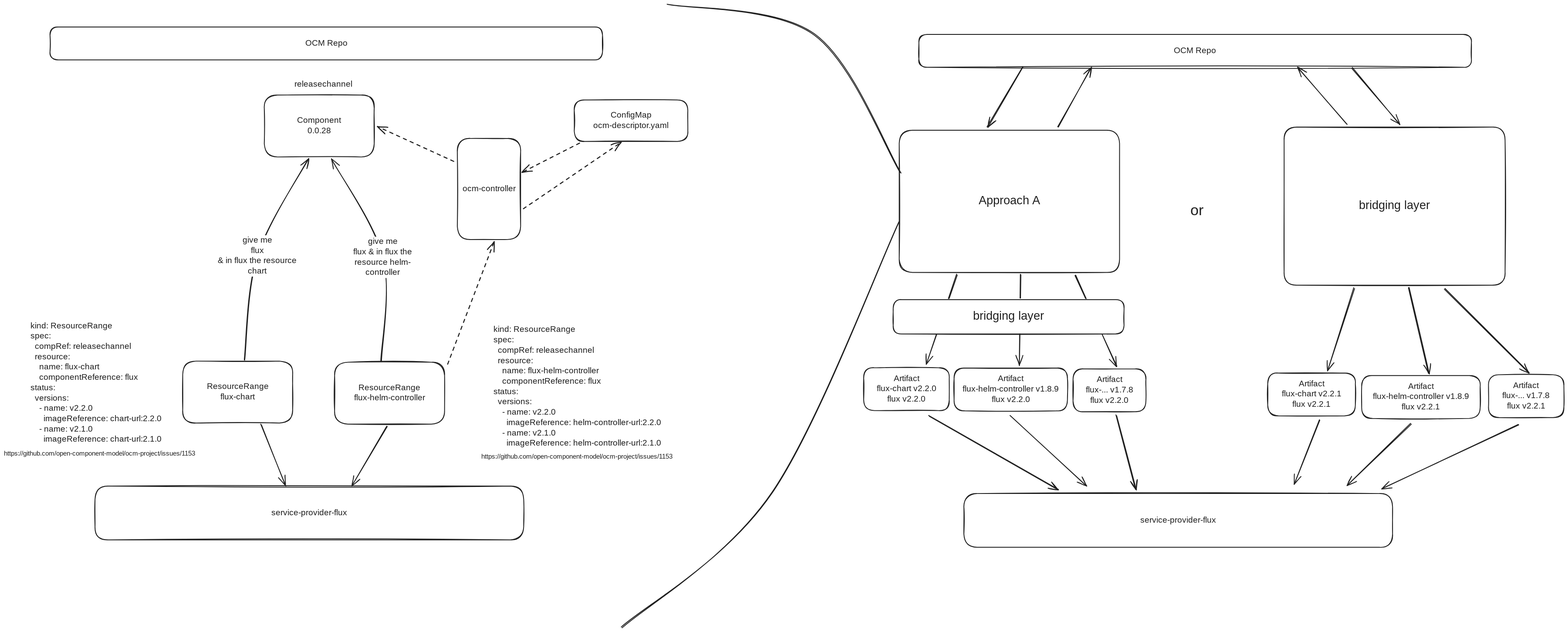
The Excalidraw diagram adrs/2026-06-08-discoverable-components.excalidraw.svg in openmcp-project/docs, before a commit. Source tidied: one line per element, renumbered; positions are measured from the earlier drawing's top-left corner, leaving out a move shared by most shapes.
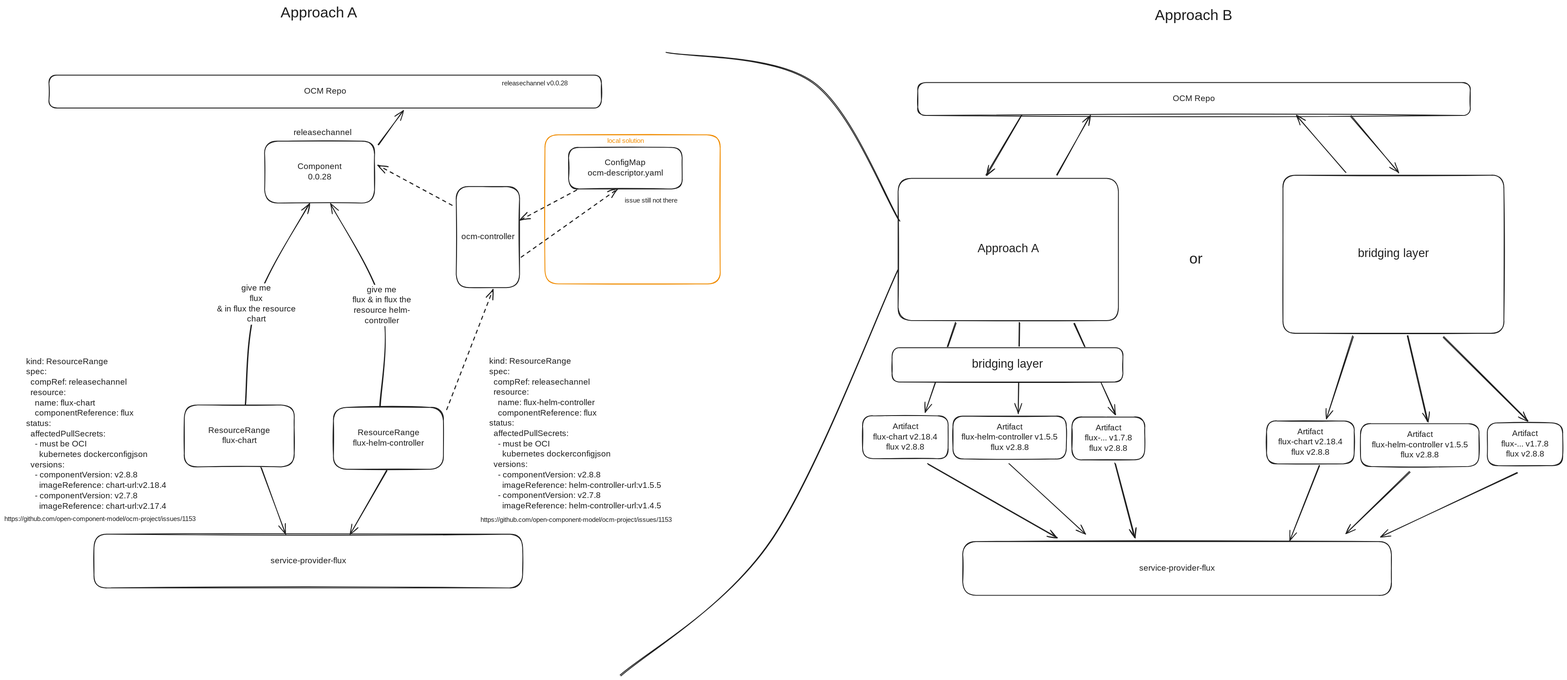
The same diagram one commit later.

Commit message:
fix: diagram not reflects written adr

The edit, as a diff of the source:
```diff
@@ -2,14 +2,14 @@
 {"id": 1, "type": "text", "text": "service-provider-flux", "strokeColor": "#1e1e1e", "strokeWidth": 2, "roughness": 1, "fontSize": 20, "fontFamily": 5, "textAlign": "center", "verticalAlign": "middle", "inside": 0, "x": 640, "y": 1219, "width": 197, "height": 25}
-{"id": 2, "type": "rectangle", "strokeColor": "#1e1e1e", "strokeWidth": 2, "roughness": 1, "round": true, "x": 432, "y": 864, "width": 266, "height": 150}
+{"id": 2, "type": "rectangle", "strokeColor": "#1e1e1e", "strokeWidth": 2, "roughness": 1, "round": true, "x": 439, "y": 854, "width": 266, "height": 150}
-{"id": 3, "type": "text", "text": "ResourceRange\nflux-chart", "strokeColor": "#1e1e1e", "strokeWidth": 2, "roughness": 1, "fontSize": 20, "fontFamily": 5, "textAlign": "center", "verticalAlign": "middle", "inside": 2, "x": 492, "y": 914, "width": 147, "height": 50}
+{"id": 3, "type": "text", "text": "ResourceRange\nflux-chart", "strokeColor": "#1e1e1e", "strokeWidth": 2, "roughness": 1, "fontSize": 20, "fontFamily": 5, "textAlign": "center", "verticalAlign": "middle", "inside": 2, "x": 498, "y": 904, "width": 147, "height": 50}
-{"id": 4, "type": "arrow", "strokeColor": "#1e1e1e", "strokeWidth": 2, "roughness": 1, "endArrowhead": "arrow", "round": true, "from": 2, "to": 0, "x": 622, "y": 1018, "width": 61, "height": 148, "points": [[0, 0], [61, 148]]}
+{"id": 4, "type": "arrow", "strokeColor": "#1e1e1e", "strokeWidth": 2, "roughness": 1, "endArrowhead": "arrow", "round": true, "from": 2, "to": 0, "x": 624, "y": 1006, "width": 61, "height": 161, "points": [[0, 0], [61, 161]]}
-{"id": 5, "type": "rectangle", "strokeColor": "#1e1e1e", "strokeWidth": 2, "roughness": 1, "round": true, "x": 800, "y": 867, "width": 266, "height": 150}
+{"id": 5, "type": "rectangle", "strokeColor": "#1e1e1e", "strokeWidth": 2, "roughness": 1, "round": true, "x": 800, "y": 860, "width": 266, "height": 150}
-{"id": 6, "type": "text", "text": "ResourceRange\nflux-helm-controller", "strokeColor": "#1e1e1e", "strokeWidth": 2, "roughness": 1, "fontSize": 20, "fontFamily": 5, "textAlign": "center", "verticalAlign": "middle", "inside": 5, "x": 840, "y": 917, "width": 185, "height": 50}
+{"id": 6, "type": "text", "text": "ResourceRange\nflux-helm-controller", "strokeColor": "#1e1e1e", "strokeWidth": 2, "roughness": 1, "fontSize": 20, "fontFamily": 5, "textAlign": "center", "verticalAlign": "middle", "inside": 5, "x": 840, "y": 910, "width": 185, "height": 50}
-{"id": 7, "type": "rectangle", "strokeColor": "#1e1e1e", "strokeWidth": 2, "roughness": 1, "round": true, "x": 630, "y": 220, "width": 266, "height": 150}
+{"id": 7, "type": "rectangle", "strokeColor": "#1e1e1e", "strokeWidth": 2, "roughness": 1, "round": true, "x": 633, "y": 215, "width": 266, "height": 150}
-{"id": 8, "type": "text", "text": "Component\n0.0.28", "strokeColor": "#1e1e1e", "strokeWidth": 2, "roughness": 1, "fontSize": 20, "fontFamily": 5, "textAlign": "center", "verticalAlign": "middle", "inside": 7, "x": 711, "y": 270, "width": 103, "height": 50}
+{"id": 8, "type": "text", "text": "Component\n0.0.28", "strokeColor": "#1e1e1e", "strokeWidth": 2, "roughness": 1, "fontSize": 20, "fontFamily": 5, "textAlign": "center", "verticalAlign": "middle", "inside": 7, "x": 714, "y": 265, "width": 103, "height": 50}
 {"id": 9, "type": "text", "text": "releasechannel", "strokeColor": "#1e1e1e", "strokeWidth": 2, "roughness": 1, "fontSize": 20, "fontFamily": 5, "x": 703, "y": 183, "width": 136, "height": 25}
-{"id": 10, "type": "arrow", "strokeColor": "#1e1e1e", "strokeWidth": 2, "roughness": 1, "endArrowhead": "arrow", "round": true, "from": 2, "to": 7, "x": 582, "y": 861, "width": 154, "height": 486, "points": [[0, 0], [31, -251], [154, -486]]}
+{"id": 10, "type": "arrow", "strokeColor": "#1e1e1e", "strokeWidth": 2, "roughness": 1, "endArrowhead": "arrow", "round": true, "from": 2, "to": 7, "x": 587, "y": 852, "width": 154, "height": 484, "points": [[0, 0], [26, -243], [154, -484]]}
 {"id": 11, "type": "text", "text": "give me\nflux\n& in flux the resource\nchart", "strokeColor": "#1e1e1e", "strokeWidth": 2, "roughness": 1, "fontSize": 20, "fontFamily": 5, "textAlign": "center", "verticalAlign": "middle", "inside": 10, "x": 1299, "y": 189, "width": 214, "height": 100}
-{"id": 12, "type": "arrow", "strokeColor": "#1e1e1e", "strokeWidth": 2, "roughness": 1, "endArrowhead": "arrow", "round": true, "from": 5, "to": 7, "x": 912, "y": 865, "width": 123, "height": 488, "points": [[0, 0], [4, -252], [-119, -488]]}
+{"id": 12, "type": "arrow", "strokeColor": "#1e1e1e", "strokeWidth": 2, "roughness": 1, "endArrowhead": "arrow", "round": true, "from": 5, "to": 7, "x": 912, "y": 859, "width": 123, "height": 490, "points": [[0, 0], [4, -246], [-118, -490]]}
-{"id": 13, "type": "text", "text": "give me\nflux & in flux the\nresource helm-\ncontroller", "strokeColor": "#1e1e1e", "strokeWidth": 2, "roughness": 1, "fontSize": 20, "fontFamily": 5, "textAlign": "center", "verticalAlign": "middle", "inside": 12, "x": 1493, "y": 188, "width": 169, "height": 100}
+{"id": 13, "type": "text", "text": "give me\nflux & in flux the\nresource helm-\ncontroller", "strokeColor": "#1e1e1e", "strokeWidth": 2, "roughness": 1, "fontSize": 20, "fontFamily": 5, "textAlign": "center", "verticalAlign": "middle", "inside": 12, "x": 832, "y": 563, "width": 169, "height": 100}
 {"id": 14, "type": "rectangle", "strokeColor": "#1e1e1e", "strokeWidth": 2, "roughness": 1, "round": true, "x": 111, "y": 56, "width": 1337, "height": 80}
@@ -18,13 +18,13 @@
 {"id": 17, "type": "text", "text": "ocm-controller", "strokeColor": "#1e1e1e", "strokeWidth": 2, "roughness": 1, "fontSize": 20, "fontFamily": 5, "textAlign": "center", "verticalAlign": "middle", "inside": 16, "x": 1106, "y": 435, "width": 135, "height": 25}
-{"id": 18, "type": "arrow", "strokeColor": "#1e1e1e", "strokeWidth": 2, "strokeStyle": "dashed", "roughness": 1, "endArrowhead": "arrow", "round": true, "from": 5, "to": 16, "x": 1074, "y": 872, "width": 113, "height": 297, "points": [[0, 0], [113, -297]]}
+{"id": 18, "type": "arrow", "strokeColor": "#1e1e1e", "strokeWidth": 2, "strokeStyle": "dashed", "roughness": 1, "endArrowhead": "arrow", "round": true, "from": 5, "to": 16, "x": 1074, "y": 865, "width": 112, "height": 292, "points": [[0, 0], [112, -292]]}
-{"id": 19, "type": "arrow", "strokeColor": "#1e1e1e", "strokeWidth": 2, "strokeStyle": "dashed", "roughness": 1, "endArrowhead": "arrow", "round": true, "from": 16, "to": 7, "x": 1089, "y": 381, "width": 184, "height": 85, "points": [[0, 0], [-184, -85]]}
+{"id": 19, "type": "arrow", "strokeColor": "#1e1e1e", "strokeWidth": 2, "strokeStyle": "dashed", "roughness": 1, "endArrowhead": "arrow", "round": true, "from": 16, "to": 7, "x": 1088, "y": 371, "width": 179, "height": 98, "points": [[0, 0], [-179, -98]]}
-{"id": 20, "type": "rectangle", "strokeColor": "#1e1e1e", "strokeWidth": 2, "roughness": 1, "round": true, "x": 1380, "y": 232, "width": 275, "height": 100}
+{"id": 20, "type": "rectangle", "strokeColor": "#1e1e1e", "strokeWidth": 2, "roughness": 1, "round": true, "x": 1369, "y": 231, "width": 275, "height": 100}
-{"id": 21, "type": "text", "text": "ConfigMap\nocm-descriptor.yaml", "strokeColor": "#1e1e1e", "strokeWidth": 2, "roughness": 1, "fontSize": 20, "fontFamily": 5, "textAlign": "center", "verticalAlign": "middle", "inside": 20, "x": 1424, "y": 257, "width": 187, "height": 50}
+{"id": 21, "type": "text", "text": "ConfigMap\nocm-descriptor.yaml", "strokeColor": "#1e1e1e", "strokeWidth": 2, "roughness": 1, "fontSize": 20, "fontFamily": 5, "textAlign": "center", "verticalAlign": "middle", "inside": 20, "x": 1413, "y": 256, "width": 187, "height": 50}
-{"id": 22, "type": "arrow", "strokeColor": "#1e1e1e", "strokeWidth": 2, "strokeStyle": "dashed", "roughness": 1, "endArrowhead": "arrow", "round": true, "from": 16, "to": 20, "x": 1256, "y": 495, "width": 239, "height": 159, "points": [[0, 0], [239, -159]]}
+{"id": 22, "type": "arrow", "strokeColor": "#1e1e1e", "strokeWidth": 2, "strokeStyle": "dashed", "roughness": 1, "endArrowhead": "arrow", "round": true, "from": 16, "to": 20, "x": 1253, "y": 496, "width": 236, "height": 163, "points": [[0, 0], [236, -163]]}
-{"id": 23, "type": "arrow", "strokeColor": "#1e1e1e", "strokeWidth": 2, "strokeStyle": "dashed", "roughness": 1, "endArrowhead": "arrow", "round": true, "from": 20, "to": 16, "x": 1393, "y": 336, "width": 139, "height": 73, "points": [[0, 0], [-139, 73]]}
+{"id": 23, "type": "arrow", "strokeColor": "#1e1e1e", "strokeWidth": 2, "strokeStyle": "dashed", "roughness": 1, "endArrowhead": "arrow", "round": true, "from": 20, "to": 16, "x": 1389, "y": 333, "width": 136, "height": 75, "points": [[0, 0], [-136, 75]]}
-{"id": 24, "type": "text", "text": "kind: ResourceRange\nspec:\n  compRef: releasechannel\n  resource:\n    name: flux-chart\n    componentReference: flux\nstatus:\n  versions:\n    - name: v2.2.0\n      imageReference: chart-url:2.2.0\n    - name: v2.1.0\n      imageReference: chart-url:2.1.0", "strokeColor": "#1e1e1e", "strokeWidth": 2, "strokeStyle": "dashed", "roughness": 1, "fontSize": 20, "fontFamily": 5, "x": 64, "y": 767, "width": 351, "height": 300}
+{"id": 24, "type": "text", "text": "kind: ResourceRange\nspec:\n  compRef: releasechannel\n  resource:\n    name: flux-chart\n    componentReference: flux\nstatus:\n  affectedPullSecrets:\n    - must be OCI\n      kubernetes dockerconfigjson\n  versions:\n    - componentVersion: v2.8.8\n      imageReference: chart-url:v2.18.4\n    - componentVersion: v2.7.8\n      imageReference: chart-url:v2.17.4", "strokeColor": "#1e1e1e", "strokeWidth": 2, "strokeStyle": "dashed", "roughness": 1, "fontSize": 20, "fontFamily": 5, "x": 56, "y": 737, "width": 367, "height": 375}
-{"id": 25, "type": "arrow", "strokeColor": "#1e1e1e", "strokeWidth": 2, "roughness": 1, "endArrowhead": "arrow", "round": true, "from": 5, "to": 0, "x": 927, "y": 1022, "width": 85, "height": 144, "points": [[0, 0], [-85, 144]]}
+{"id": 25, "type": "arrow", "strokeColor": "#1e1e1e", "strokeWidth": 2, "roughness": 1, "endArrowhead": "arrow", "round": true, "from": 5, "to": 0, "x": 930, "y": 1012, "width": 89, "height": 155, "points": [[0, 0], [-89, 155]]}
-{"id": 26, "type": "text", "text": "kind: ResourceRange\nspec:\n  compRef: releasechannel\n  resource:\n    name: flux-helm-controller\n    componentReference: flux\nstatus:\n  versions:\n    - name: v2.2.0\n      imageReference: helm-controller-url:2.2.0\n    - name: v2.1.0\n      imageReference: helm-controller-url:2.1.0", "strokeColor": "#1e1e1e", "strokeWidth": 2, "strokeStyle": "dashed", "roughness": 1, "fontSize": 20, "fontFamily": 5, "x": 1185, "y": 776, "width": 438, "height": 300}
+{"id": 26, "type": "text", "text": "kind: ResourceRange\nspec:\n  compRef: releasechannel\n  resource:\n    name: flux-helm-controller\n    componentReference: flux\nstatus:\n  affectedPullSecrets:\n    - must be OCI\n      kubernetes dockerconfigjson\n  versions:\n    - componentVersion: v2.8.8\n      imageReference: helm-controller-url:v1.5.5\n    - componentVersion: v2.7.8\n      imageReference: helm-controller-url:v1.4.5", "strokeColor": "#1e1e1e", "strokeWidth": 2, "strokeStyle": "dashed", "roughness": 1, "fontSize": 20, "fontFamily": 5, "x": 1177, "y": 737, "width": 441, "height": 375}
-{"id": 27, "type": "text", "text": "https://github.com/open-component-model/ocm-project/issues/1153", "strokeColor": "#1e1e1e", "strokeWidth": 2, "roughness": 1, "fontSize": 16, "fontFamily": 5, "x": 1155, "y": 1086, "width": 519, "height": 20}
+{"id": 27, "type": "text", "text": "https://github.com/open-component-model/ocm-project/issues/1153", "strokeColor": "#1e1e1e", "strokeWidth": 2, "roughness": 1, "fontSize": 16, "fontFamily": 5, "x": 1156, "y": 1123, "width": 519, "height": 20}
-{"id": 28, "type": "text", "text": "https://github.com/open-component-model/ocm-project/issues/1153", "strokeColor": "#1e1e1e", "strokeWidth": 2, "roughness": 1, "fontSize": 16, "fontFamily": 5, "x": 0, "y": 1079, "width": 519, "height": 20}
+{"id": 28, "type": "text", "text": "https://github.com/open-component-model/ocm-project/issues/1153", "strokeColor": "#1e1e1e", "strokeWidth": 2, "roughness": 1, "fontSize": 16, "fontFamily": 5, "x": 3, "y": 1121, "width": 519, "height": 20}
 {"id": 29, "type": "rectangle", "strokeColor": "#1e1e1e", "strokeWidth": 2, "roughness": 1, "round": true, "x": 2323, "y": 1185, "width": 1038, "height": 130}
@@ -34,13 +34,13 @@
 {"id": 33, "type": "rectangle", "strokeColor": "#1e1e1e", "strokeWidth": 2, "roughness": 1, "round": true, "x": 2081, "y": 880, "width": 207, "height": 104}
-{"id": 34, "type": "text", "text": "Artifact\nflux-chart v2.2.0\nflux v2.2.0", "strokeColor": "#1e1e1e", "strokeWidth": 2, "roughness": 1, "fontSize": 20, "fontFamily": 5, "textAlign": "center", "verticalAlign": "middle", "inside": 33, "x": 2100, "y": 895, "width": 169, "height": 75}
+{"id": 34, "type": "text", "text": "Artifact\nflux-chart v2.18.4\nflux v2.8.8", "strokeColor": "#1e1e1e", "strokeWidth": 2, "roughness": 1, "fontSize": 20, "fontFamily": 5, "textAlign": "center", "verticalAlign": "middle", "inside": 33, "x": 2097, "y": 895, "width": 175, "height": 75}
 {"id": 35, "type": "rectangle", "strokeColor": "#1e1e1e", "strokeWidth": 2, "roughness": 1, "round": true, "x": 2299, "y": 881, "width": 274, "height": 104}
-{"id": 36, "type": "text", "text": "Artifact\nflux-helm-controller v1.8.9\nflux v2.2.0", "strokeColor": "#1e1e1e", "strokeWidth": 2, "roughness": 1, "fontSize": 20, "fontFamily": 5, "textAlign": "center", "verticalAlign": "middle", "inside": 35, "x": 2313, "y": 895, "width": 248, "height": 75}
+{"id": 36, "type": "text", "text": "Artifact\nflux-helm-controller v1.5.5\nflux v2.8.8", "strokeColor": "#1e1e1e", "strokeWidth": 2, "roughness": 1, "fontSize": 20, "fontFamily": 5, "textAlign": "center", "verticalAlign": "middle", "inside": 35, "x": 2312, "y": 895, "width": 248, "height": 75}
 {"id": 37, "type": "rectangle", "strokeColor": "#1e1e1e", "strokeWidth": 2, "roughness": 1, "round": true, "x": 2587, "y": 883, "width": 176, "height": 104}
-{"id": 38, "type": "text", "text": "Artifact\nflux-... v1.7.8\nflux v2.2.0", "strokeColor": "#1e1e1e", "strokeWidth": 2, "roughness": 1, "fontSize": 20, "fontFamily": 5, "textAlign": "center", "verticalAlign": "middle", "inside": 37, "x": 2613, "y": 897, "width": 124, "height": 75}
+{"id": 38, "type": "text", "text": "Artifact\nflux-... v1.7.8\nflux v2.8.8", "strokeColor": "#1e1e1e", "strokeWidth": 2, "roughness": 1, "fontSize": 20, "fontFamily": 5, "textAlign": "center", "verticalAlign": "middle", "inside": 37, "x": 2613, "y": 897, "width": 124, "height": 75}
 {"id": 39, "type": "rectangle", "strokeColor": "#1e1e1e", "strokeWidth": 2, "roughness": 1, "round": true, "x": 3058, "y": 893, "width": 212, "height": 104}
-{"id": 40, "type": "text", "text": "Artifact\nflux-chart v2.2.1\nflux v2.2.1", "strokeColor": "#1e1e1e", "strokeWidth": 2, "roughness": 1, "fontSize": 20, "fontFamily": 5, "textAlign": "center", "verticalAlign": "middle", "inside": 39, "x": 3082, "y": 908, "width": 164, "height": 75}
+{"id": 40, "type": "text", "text": "Artifact\nflux-chart v2.18.4\nflux v2.8.8", "strokeColor": "#1e1e1e", "strokeWidth": 2, "roughness": 1, "fontSize": 20, "fontFamily": 5, "textAlign": "center", "verticalAlign": "middle", "inside": 39, "x": 3077, "y": 907, "width": 175, "height": 75}
 {"id": 41, "type": "rectangle", "strokeColor": "#1e1e1e", "strokeWidth": 2, "roughness": 1, "round": true, "x": 3286, "y": 899, "width": 287, "height": 104}
-{"id": 42, "type": "text", "text": "Artifact\nflux-helm-controller v1.8.9\nflux v2.2.1", "strokeColor": "#1e1e1e", "strokeWidth": 2, "roughness": 1, "fontSize": 20, "fontFamily": 5, "textAlign": "center", "verticalAlign": "middle", "inside": 41, "x": 3305, "y": 914, "width": 248, "height": 75}
+{"id": 42, "type": "text", "text": "Artifact\nflux-helm-controller v1.5.5\nflux v2.8.8", "strokeColor": "#1e1e1e", "strokeWidth": 2, "roughness": 1, "fontSize": 20, "fontFamily": 5, "textAlign": "center", "verticalAlign": "middle", "inside": 41, "x": 3305, "y": 914, "width": 248, "height": 75}
 {"id": 43, "type": "rectangle", "strokeColor": "#1e1e1e", "strokeWidth": 2, "roughness": 1, "round": true, "x": 3593, "y": 897, "width": 182, "height": 104}
-{"id": 44, "type": "text", "text": "Artifact\nflux-... v1.7.8\nflux v2.2.1", "strokeColor": "#1e1e1e", "strokeWidth": 2, "roughness": 1, "fontSize": 20, "fontFamily": 5, "textAlign": "center", "verticalAlign": "middle", "inside": 43, "x": 3622, "y": 912, "width": 124, "height": 75}
+{"id": 44, "type": "text", "text": "Artifact\nflux-... v1.7.8\nflux v2.8.8", "strokeColor": "#1e1e1e", "strokeWidth": 2, "roughness": 1, "fontSize": 20, "fontFamily": 5, "textAlign": "center", "verticalAlign": "middle", "inside": 43, "x": 3622, "y": 912, "width": 124, "height": 75}
 {"id": 45, "type": "arrow", "strokeColor": "#1e1e1e", "strokeWidth": 2, "roughness": 1, "endArrowhead": "arrow", "round": true, "from": 33, "to": 29, "x": 2238, "y": 996, "width": 313, "height": 180, "points": [[0, 0], [313, 180]]}
@@ -48,3 +48,3 @@
 {"id": 47, "type": "arrow", "strokeColor": "#1e1e1e", "strokeWidth": 2, "roughness": 1, "endArrowhead": "arrow", "round": true, "from": 37, "to": 29, "x": 2692, "y": 995, "width": 48, "height": 180, "points": [[0, 0], [48, 180]]}
-{"id": 48, "type": "arrow", "strokeColor": "#1e1e1e", "strokeWidth": 2, "roughness": 1, "endArrowhead": "arrow", "round": true, "from": 39, "to": 29, "x": 3183, "y": 1008, "width": 61, "height": 153, "points": [[0, 0], [-61, 153]]}
+{"id": 48, "type": "arrow", "strokeColor": "#1e1e1e", "strokeWidth": 2, "roughness": 1, "endArrowhead": "arrow", "round": true, "from": 39, "to": 29, "x": 3186, "y": 1002, "width": 71, "height": 179, "points": [[0, 0], [-71, 179]]}
 {"id": 49, "type": "arrow", "strokeColor": "#1e1e1e", "strokeWidth": 2, "roughness": 1, "endArrowhead": "arrow", "round": true, "from": 41, "to": 29, "x": 3405, "y": 1016, "width": 155, "height": 150, "points": [[0, 0], [-155, 150]]}
@@ -62,3 +62,3 @@
 {"id": 61, "type": "arrow", "strokeColor": "#1e1e1e", "backgroundColor": "#ffffff", "fillStyle": "solid", "strokeWidth": 2, "roughness": 1, "endArrowhead": "arrow", "round": true, "from": 31, "to": 58, "x": 3263, "y": 154, "width": 114, "height": 138, "points": [[0, 0], [114, 138]]}
-{"id": 62, "type": "arrow", "strokeColor": "#1e1e1e", "backgroundColor": "#ffffff", "fillStyle": "solid", "strokeWidth": 2, "roughness": 1, "endArrowhead": "arrow", "round": true, "from": 58, "to": 39, "x": 3267, "y": 687, "width": 64, "height": 200, "points": [[0, 0], [-64, 200]]}
+{"id": 62, "type": "arrow", "strokeColor": "#1e1e1e", "backgroundColor": "#ffffff", "fillStyle": "solid", "strokeWidth": 2, "roughness": 1, "endArrowhead": "arrow", "round": true, "from": 58, "to": 39, "x": 3267, "y": 687, "width": 64, "height": 199, "points": [[0, 0], [-64, 199]]}
 {"id": 63, "type": "arrow", "strokeColor": "#1e1e1e", "backgroundColor": "#ffffff", "fillStyle": "solid", "strokeWidth": 2, "roughness": 1, "endArrowhead": "arrow", "round": true, "from": 58, "to": 41, "x": 3400, "y": 686, "width": 48, "height": 208, "points": [[0, 0], [48, 208]]}
@@ -70,1 +70,8 @@
 {"id": 69, "type": "line", "strokeColor": "#1e1e1e", "backgroundColor": "#ffffff", "fillStyle": "solid", "strokeWidth": 2, "roughness": 1, "round": true, "x": 1494, "y": 1509, "width": 673, "height": 981, "points": [[0, 0], [363, -324], [673, -981]]}
+{"id": 70, "type": "text", "text": "Approach A", "strokeColor": "#1e1e1e", "strokeWidth": 2, "roughness": 1, "fontSize": 36, "fontFamily": 5, "x": 672, "y": -116, "width": 197, "height": 45}
+{"id": 71, "type": "text", "text": "Approach B", "strokeColor": "#1e1e1e", "strokeWidth": 2, "roughness": 1, "fontSize": 36, "fontFamily": 5, "x": 2788, "y": -110, "width": 201, "height": 45}
+{"id": 72, "type": "text", "text": "releasechannel v0.0.28", "strokeColor": "#1e1e1e", "strokeWidth": 2, "roughness": 1, "fontSize": 16, "fontFamily": 5, "x": 1207, "y": 66, "width": 174, "height": 20}
+{"id": 73, "type": "arrow", "strokeColor": "#1e1e1e", "strokeWidth": 2, "roughness": 1, "endArrowhead": "arrow", "round": true, "from": 7, "to": 14, "x": 909, "y": 224, "width": 59, "height": 82, "points": [[0, 0], [59, -82]]}
+{"id": 74, "type": "text", "text": "issue still not there", "strokeColor": "#1e1e1e", "strokeWidth": 2, "roughness": 1, "fontSize": 16, "fontFamily": 5, "x": 1504, "y": 350, "width": 155, "height": 20}
+{"id": 75, "type": "text", "text": "local solution", "strokeColor": "#f08c00", "strokeWidth": 2, "roughness": 1, "fontSize": 16, "fontFamily": 5, "x": 1463, "y": 205, "width": 102, "height": 20}
+{"id": 76, "type": "rectangle", "strokeColor": "#f08c00", "strokeWidth": 2, "roughness": 1, "round": true, "x": 1312, "y": 200, "width": 424, "height": 361}
```
